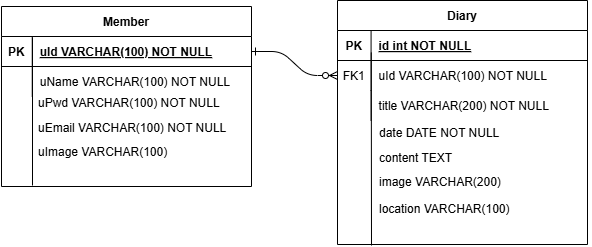
Before: document/MyDiaryERD.drawio.png, a diagram exported from draw.io (kyum2n/MyDiary-master). Source tidied: cells renumbered, new cells last; positions are measured from the earlier drawing's top-left corner, leaving out a move shared by most shapes.
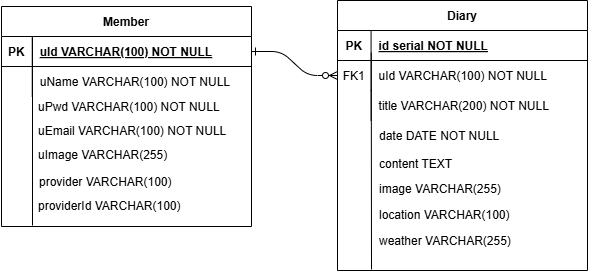
The same file after the commit.

What changed in the source:
```diff
@@ -6,7 +6,7 @@
       <mxGeometry relative="1" as="geometry" />
     </mxCell>
     <mxCell id="3" value="Diary" style="shape=table;startSize=30;rowLines=0;fontStyle=1;align=center;" parent="1" vertex="1">
-      <mxGeometry x="337" width="250" height="244" as="geometry" />
+      <mxGeometry x="337" width="250" height="270" as="geometry" />
     </mxCell>
     <mxCell id="4" style="shape=partialRectangle;fillColor=none;top=0;left=0;right=0;bottom=1;" parent="3" vertex="1">
       <mxGeometry y="30" width="250" height="30" as="geometry" />
@@ -14,7 +14,7 @@
     <mxCell id="5" value="PK" style="shape=partialRectangle;overflow=hidden;fillColor=none;top=0;left=0;bottom=0;right=0;fontStyle=1;" parent="4" vertex="1">
       <mxGeometry width="33.6" height="30" as="geometry" />
     </mxCell>
-    <mxCell id="6" value="id int NOT NULL " style="shape=partialRectangle;overflow=hidden;fillColor=none;top=0;left=0;bottom=0;right=0;align=left;spacingLeft=6;fontStyle=5;" parent="4" vertex="1">
+    <mxCell id="6" value="id serial NOT NULL " style="shape=partialRectangle;overflow=hidden;fillColor=none;top=0;left=0;bottom=0;right=0;align=left;spacingLeft=6;fontStyle=5;" parent="4" vertex="1">
       <mxGeometry x="33.6" width="216.4" height="30" as="geometry" />
     </mxCell>
     <mxCell id="7" style="shape=partialRectangle;fillColor=none;points=[[0,0.5],[1,0.5]];portConstraint=eastwest;top=0;left=0;right=0;bottom=0;" parent="3" vertex="1">
@@ -36,7 +36,7 @@
       <mxGeometry x="33.6" width="216.4" height="30" as="geometry" />
     </mxCell>
     <mxCell id="13" value="Member" style="shape=table;startSize=30;rowLines=0;fontStyle=1;align=center;" parent="1" vertex="1">
-      <mxGeometry x="1" y="6" width="250" height="180" as="geometry" />
+      <mxGeometry x="1" y="6" width="250" height="220" as="geometry" />
     </mxCell>
     <mxCell id="14" style="shape=partialRectangle;fillColor=none;points=[[0,0.5],[1,0.5]];portConstraint=eastwest;top=0;left=0;right=0;bottom=1;" parent="13" vertex="1">
       <mxGeometry y="30" width="250" height="30" as="geometry" />
@@ -60,37 +60,46 @@
       <mxGeometry y="87" width="30" height="30" as="geometry" />
     </mxCell>
     <mxCell id="21" value="uPwd VARCHAR(100) NOT NULL" style="shape=partialRectangle;overflow=hidden;fillColor=none;top=0;left=0;bottom=0;right=0;align=left;spacingLeft=6;" parent="1" vertex="1">
-      <mxGeometry x="30" y="87" width="220" height="30" as="geometry" />
+      <mxGeometry x="30" y="91" width="220" height="30" as="geometry" />
     </mxCell>
     <mxCell id="22" value="uEmail VARCHAR(100) NOT NULL" style="shape=partialRectangle;overflow=hidden;fillColor=none;top=0;left=0;bottom=0;right=0;align=left;spacingLeft=6;" parent="1" vertex="1">
-      <mxGeometry x="30" y="112" width="220" height="30" as="geometry" />
+      <mxGeometry x="30" y="115" width="220" height="30" as="geometry" />
     </mxCell>
-    <mxCell id="23" value="uImage VARCHAR(100)" style="shape=partialRectangle;overflow=hidden;fillColor=none;top=0;left=0;bottom=0;right=0;align=left;spacingLeft=6;" parent="1" vertex="1">
-      <mxGeometry x="30" y="136" width="220" height="30" as="geometry" />
+    <mxCell id="23" value="uImage VARCHAR(255)" style="shape=partialRectangle;overflow=hidden;fillColor=none;top=0;left=0;bottom=0;right=0;align=left;spacingLeft=6;" parent="1" vertex="1">
+      <mxGeometry x="30" y="139" width="220" height="30" as="geometry" />
     </mxCell>
     <mxCell id="24" value="date DATE NOT NULL" style="shape=partialRectangle;overflow=hidden;fillColor=none;top=0;left=0;bottom=0;right=0;align=left;spacingLeft=6;labelBorderColor=none;strokeColor=none;" parent="1" vertex="1">
-      <mxGeometry x="371" y="117" width="220" height="30" as="geometry" />
+      <mxGeometry x="371" y="120" width="220" height="30" as="geometry" />
     </mxCell>
     <mxCell id="25" value="content TEXT" style="shape=partialRectangle;overflow=hidden;fillColor=none;top=0;left=0;bottom=0;right=0;align=left;spacingLeft=6;labelBorderColor=none;strokeColor=none;" parent="1" vertex="1">
-      <mxGeometry x="371" y="142" width="220" height="30" as="geometry" />
+      <mxGeometry x="371" y="148" width="220" height="30" as="geometry" />
     </mxCell>
     <mxCell id="26" style="endArrow=none;html=1;rounded=0;" parent="1" edge="1">
       <mxGeometry relative="1" as="geometry">
-        <mxPoint x="32" y="185" as="sourcePoint" />
+        <mxPoint x="32" y="225" as="sourcePoint" />
         <mxPoint x="32" y="37" as="targetPoint" />
       </mxGeometry>
     </mxCell>
     <mxCell id="27" style="endArrow=none;html=1;rounded=0;" parent="1" edge="1">
       <mxGeometry relative="1" as="geometry">
-        <mxPoint x="371" y="245" as="sourcePoint" />
+        <mxPoint x="371" y="269" as="sourcePoint" />
         <mxPoint x="370.8" y="52" as="targetPoint" />
       </mxGeometry>
     </mxCell>
     <mxCell id="28" value="location VARCHAR(100)" style="shape=partialRectangle;overflow=hidden;fillColor=none;top=0;left=0;bottom=0;right=0;align=left;spacingLeft=6;labelBorderColor=none;strokeColor=none;" parent="1" vertex="1">
-      <mxGeometry x="371" y="193" width="220" height="30" as="geometry" />
+      <mxGeometry x="371" y="199" width="220" height="30" as="geometry" />
     </mxCell>
-    <mxCell id="29" value="image VARCHAR(200)" style="shape=partialRectangle;overflow=hidden;fillColor=none;top=0;left=0;bottom=0;right=0;align=left;spacingLeft=6;labelBorderColor=none;strokeColor=none;" parent="1" vertex="1">
-      <mxGeometry x="371" y="166" width="220" height="30" as="geometry" />
+    <mxCell id="29" value="image VARCHAR(255)" style="shape=partialRectangle;overflow=hidden;fillColor=none;top=0;left=0;bottom=0;right=0;align=left;spacingLeft=6;labelBorderColor=none;strokeColor=none;" parent="1" vertex="1">
+      <mxGeometry x="371" y="173" width="220" height="30" as="geometry" />
     </mxCell>
+    <mxCell id="30" value="provider VARCHAR(100)" style="shape=partialRectangle;overflow=hidden;fillColor=none;top=0;left=0;bottom=0;right=0;align=left;spacingLeft=6;" parent="1" vertex="1">
+      <mxGeometry x="31" y="166" width="220" height="30" as="geometry" />
+    </mxCell>
+    <mxCell id="31" value="providerId VARCHAR(100)" style="shape=partialRectangle;overflow=hidden;fillColor=none;top=0;left=0;bottom=0;right=0;align=left;spacingLeft=6;" parent="1" vertex="1">
+      <mxGeometry x="30" y="190" width="220" height="30" as="geometry" />
+    </mxCell>
+    <mxCell id="32" value="weather VARCHAR(255)" style="shape=partialRectangle;overflow=hidden;fillColor=none;top=0;left=0;bottom=0;right=0;align=left;spacingLeft=6;labelBorderColor=none;strokeColor=none;" parent="1" vertex="1">
+      <mxGeometry x="371" y="225" width="220" height="30" as="geometry" />
+    </mxCell>
   </root>
 </mxGraphModel>
```
